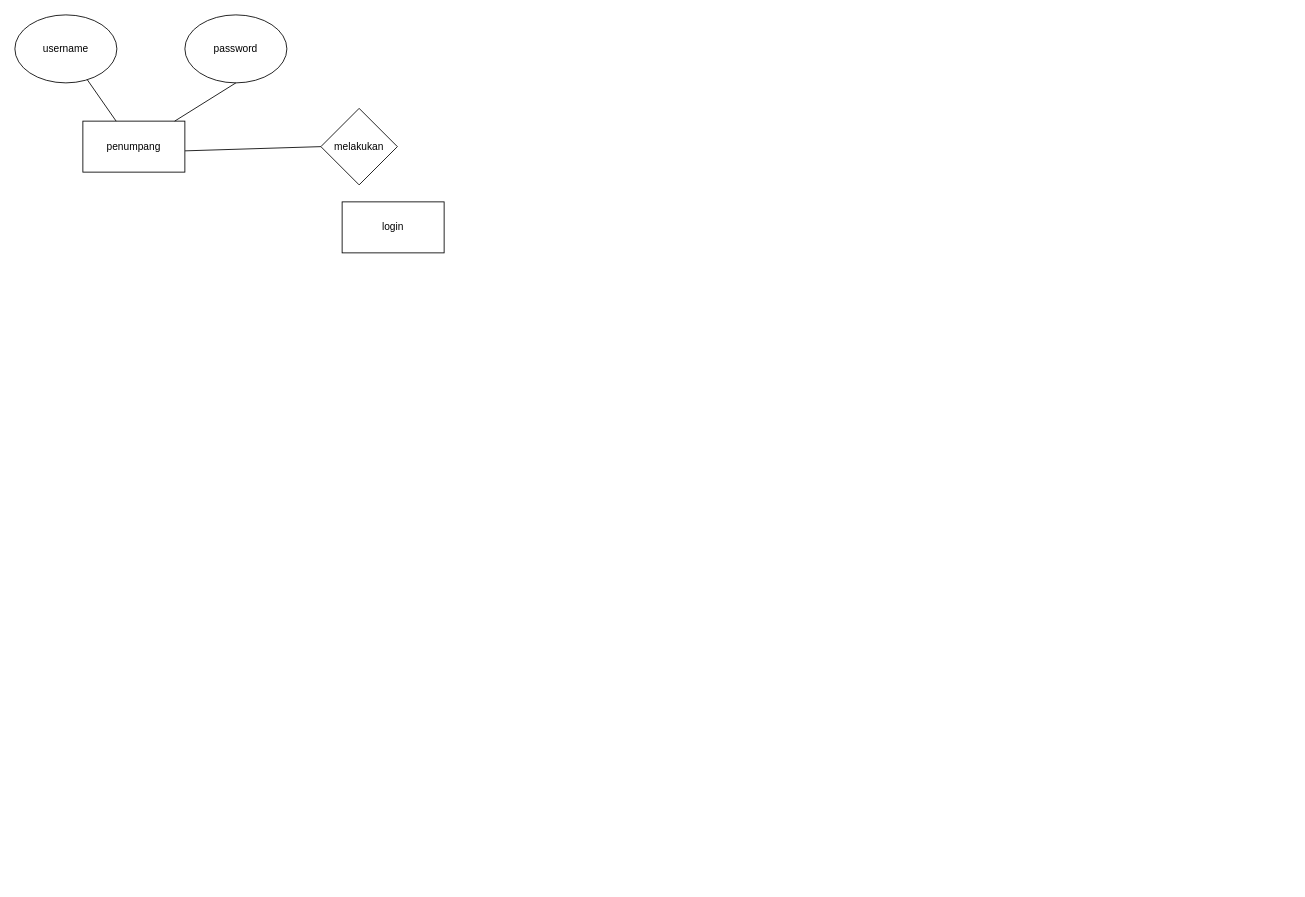
The draw.io diagram Untitled Diagram.drawio in AIDILYOWIE/materi-kelas-11, before the edit. Source tidied: cells renumbered, new cells numbered last; positions are measured from the earlier drawing's top-left corner, leaving out a move shared by most shapes. Both pictures are drawn from the tidied source at 85%, with x=0, y=0 at pixel (14, 14).
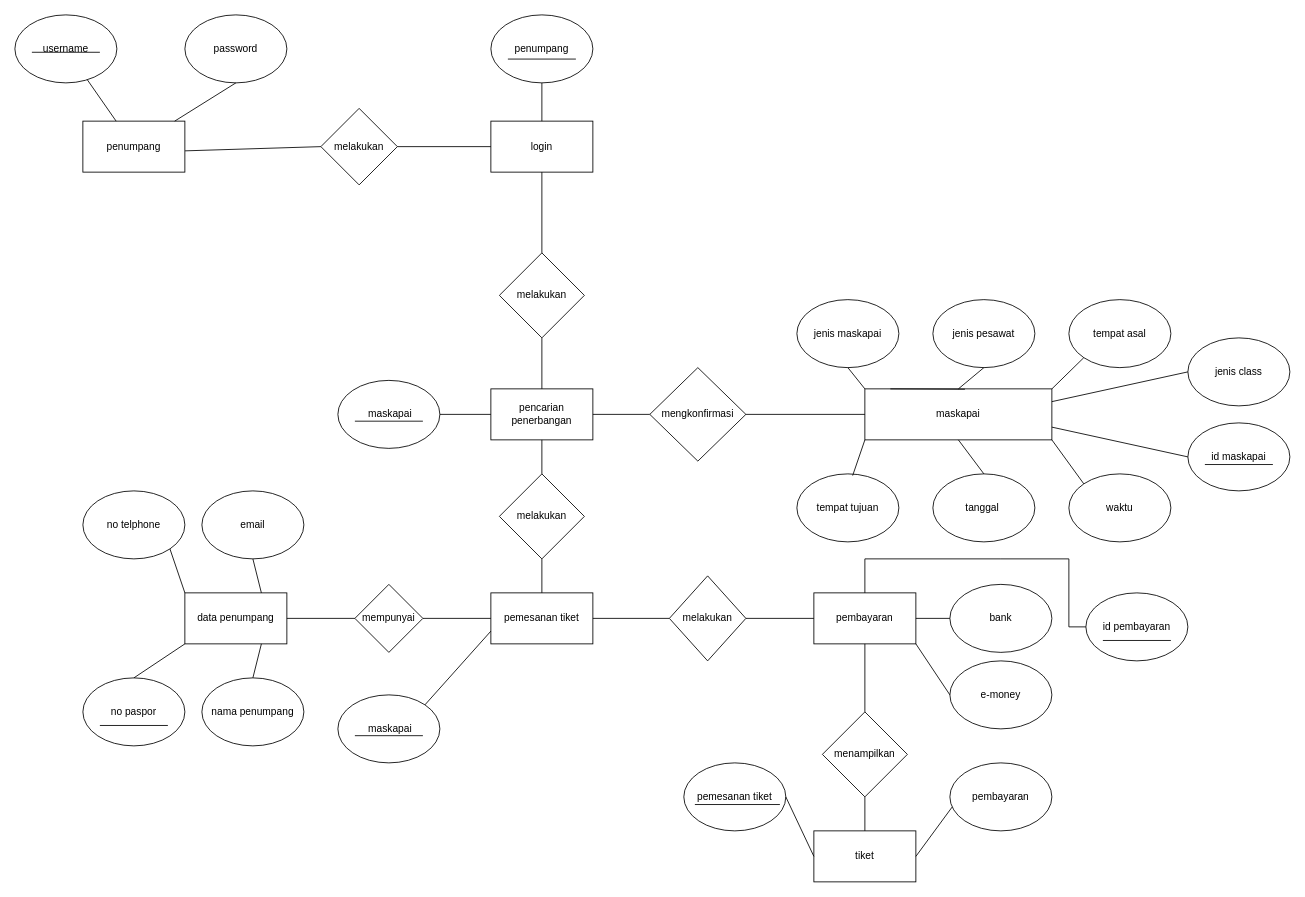
The same diagram, later.

The change refers to these unchanged cells:
```xml
<mxCell id="7" value="melakukan" style="rhombus;whiteSpace=wrap;html=1;" parent="1" vertex="1">
  <mxGeometry x="360" y="110" width="90" height="90" as="geometry" />
</mxCell>
```

Change to the diagram source:
```diff
@@
     <mxCell id="9" value="login" style="rounded=0;whiteSpace=wrap;html=1;" parent="1" vertex="1">
-      <mxGeometry x="385" y="220" width="120" height="60" as="geometry" />
+      <mxGeometry x="560" y="125" width="120" height="60" as="geometry" />
     </mxCell>
+    <mxCell id="10" style="endArrow=none;html=1;rounded=0;exitX=1;exitY=0.5;exitDx=0;exitDy=0;entryX=0;entryY=0.5;entryDx=0;entryDy=0;" parent="1" edge="1" source="7" target="9">
+      <mxGeometry relative="1" as="geometry" />
+    </mxCell>
+    <mxCell id="11" value="penumpang" style="ellipse;whiteSpace=wrap;html=1;" parent="1" vertex="1">
+      <mxGeometry x="560" width="120" height="80" as="geometry" />
+    </mxCell>
+    <mxCell id="12" style="endArrow=none;html=1;rounded=0;exitX=0.5;exitY=0;exitDx=0;exitDy=0;entryX=0.5;entryY=1;entryDx=0;entryDy=0;" parent="1" edge="1" source="9" target="11">
+      <mxGeometry relative="1" as="geometry" />
+    </mxCell>
+    <mxCell id="13" value="melakukan" style="rhombus;whiteSpace=wrap;html=1;direction=south;" parent="1" vertex="1">
+      <mxGeometry x="570" y="280" width="100" height="100" as="geometry" />
+    </mxCell>
+    <mxCell id="14" style="endArrow=none;html=1;rounded=0;entryX=0.5;entryY=1;entryDx=0;entryDy=0;exitX=0;exitY=0.5;exitDx=0;exitDy=0;" parent="1" edge="1" source="13" target="9">
+      <mxGeometry relative="1" as="geometry" />
+    </mxCell>
+    <mxCell id="15" value="pencarian penerbangan" style="rounded=0;whiteSpace=wrap;html=1;" parent="1" vertex="1">
+      <mxGeometry x="560" y="440" width="120" height="60" as="geometry" />
+    </mxCell>
+    <mxCell id="16" value="pemesanan tiket" style="rounded=0;whiteSpace=wrap;html=1;" parent="1" vertex="1">
+      <mxGeometry x="560" y="680" width="120" height="60" as="geometry" />
+    </mxCell>
+    <mxCell id="17" value="pembayaran" style="rounded=0;whiteSpace=wrap;html=1;" parent="1" vertex="1">
+      <mxGeometry x="940" y="680" width="120" height="60" as="geometry" />
+    </mxCell>
+    <mxCell id="18" style="endArrow=none;html=1;rounded=0;entryX=1;entryY=0.5;entryDx=0;entryDy=0;exitX=0.5;exitY=0;exitDx=0;exitDy=0;" parent="1" edge="1" source="15" target="13">
+      <mxGeometry relative="1" as="geometry" />
+    </mxCell>
+    <mxCell id="19" value="&amp;nbsp;maskapai" style="ellipse;whiteSpace=wrap;html=1;" parent="1" vertex="1">
+      <mxGeometry x="380" y="430" width="120" height="80" as="geometry" />
+    </mxCell>
+    <mxCell id="20" style="endArrow=none;html=1;rounded=0;entryX=0;entryY=0.5;entryDx=0;entryDy=0;exitX=1;exitY=0.5;exitDx=0;exitDy=0;" parent="1" edge="1" source="19" target="15">
+      <mxGeometry relative="1" as="geometry" />
+    </mxCell>
+    <mxCell id="21" value="mengkonfirmasi" style="rhombus;whiteSpace=wrap;html=1;" parent="1" vertex="1">
+      <mxGeometry x="747" y="415" width="113" height="110" as="geometry" />
+    </mxCell>
+    <mxCell id="22" style="endArrow=none;html=1;rounded=0;entryX=0;entryY=0.5;entryDx=0;entryDy=0;exitX=1;exitY=0.5;exitDx=0;exitDy=0;" parent="1" edge="1" source="15" target="21">
+      <mxGeometry relative="1" as="geometry" />
+    </mxCell>
+    <mxCell id="23" value="maskapai" style="rounded=0;whiteSpace=wrap;html=1;" parent="1" vertex="1">
+      <mxGeometry x="1000" y="440" width="220" height="60" as="geometry" />
+    </mxCell>
+    <mxCell id="24" style="endArrow=none;html=1;rounded=0;exitX=1;exitY=0.5;exitDx=0;exitDy=0;entryX=0;entryY=0.5;entryDx=0;entryDy=0;" parent="1" edge="1" source="21" target="23">
+      <mxGeometry relative="1" as="geometry" />
+    </mxCell>
+    <mxCell id="25" value="jenis maskapai" style="ellipse;whiteSpace=wrap;html=1;" parent="1" vertex="1">
+      <mxGeometry x="920" y="335" width="120" height="80" as="geometry" />
+    </mxCell>
+    <mxCell id="26" value="jenis pesawat" style="ellipse;whiteSpace=wrap;html=1;" parent="1" vertex="1">
+      <mxGeometry x="1080" y="335" width="120" height="80" as="geometry" />
+    </mxCell>
+    <mxCell id="27" value="tempat asal" style="ellipse;whiteSpace=wrap;html=1;" parent="1" vertex="1">
+      <mxGeometry x="1240" y="335" width="120" height="80" as="geometry" />
+    </mxCell>
+    <mxCell id="28" value="tempat tujuan" style="ellipse;whiteSpace=wrap;html=1;" parent="1" vertex="1">
+      <mxGeometry x="920" y="540" width="120" height="80" as="geometry" />
+    </mxCell>
+    <mxCell id="29" value="tanggal&amp;nbsp;" style="ellipse;whiteSpace=wrap;html=1;" parent="1" vertex="1">
+      <mxGeometry x="1080" y="540" width="120" height="80" as="geometry" />
+    </mxCell>
+    <mxCell id="30" value="waktu" style="ellipse;whiteSpace=wrap;html=1;" parent="1" vertex="1">
+      <mxGeometry x="1240" y="540" width="120" height="80" as="geometry" />
+    </mxCell>
+    <mxCell id="31" value="jenis class" style="ellipse;whiteSpace=wrap;html=1;" parent="1" vertex="1">
+      <mxGeometry x="1380" y="380" width="120" height="80" as="geometry" />
+    </mxCell>
+    <mxCell id="32" style="endArrow=none;html=1;rounded=0;exitX=0.535;exitY=0.007;exitDx=0;exitDy=0;exitPerimeter=0;" parent="1" edge="1" source="23">
+      <mxGeometry relative="1" as="geometry">
+        <mxPoint x="1030" y="440" as="targetPoint" />
+      </mxGeometry>
+    </mxCell>
+    <mxCell id="33" style="endArrow=none;html=1;rounded=0;exitX=0.5;exitY=1;exitDx=0;exitDy=0;entryX=0;entryY=0;entryDx=0;entryDy=0;" parent="1" edge="1" source="25" target="23">
+      <mxGeometry relative="1" as="geometry" />
+    </mxCell>
+    <mxCell id="34" style="endArrow=none;html=1;rounded=0;entryX=0.5;entryY=1;entryDx=0;entryDy=0;exitX=0.5;exitY=0;exitDx=0;exitDy=0;" parent="1" edge="1" source="23" target="26">
+      <mxGeometry relative="1" as="geometry" />
+    </mxCell>
+    <mxCell id="35" style="endArrow=none;html=1;rounded=0;entryX=0;entryY=1;entryDx=0;entryDy=0;exitX=1;exitY=0;exitDx=0;exitDy=0;" parent="1" edge="1" source="23" target="27">
+      <mxGeometry relative="1" as="geometry" />
+    </mxCell>
+    <mxCell id="36" style="endArrow=none;html=1;rounded=0;entryX=0;entryY=0.5;entryDx=0;entryDy=0;exitX=1;exitY=0.25;exitDx=0;exitDy=0;" parent="1" edge="1" source="23" target="31">
+      <mxGeometry relative="1" as="geometry" />
+    </mxCell>
+    <mxCell id="37" style="endArrow=none;html=1;rounded=0;exitX=0.547;exitY=0.025;exitDx=0;exitDy=0;exitPerimeter=0;entryX=0;entryY=1;entryDx=0;entryDy=0;" parent="1" edge="1" source="28" target="23">
+      <mxGeometry relative="1" as="geometry" />
+    </mxCell>
+    <mxCell id="38" style="endArrow=none;html=1;rounded=0;entryX=0.5;entryY=1;entryDx=0;entryDy=0;exitX=0.5;exitY=0;exitDx=0;exitDy=0;" parent="1" edge="1" source="29" target="23">
+      <mxGeometry relative="1" as="geometry" />
+    </mxCell>
+    <mxCell id="39" style="endArrow=none;html=1;rounded=0;entryX=1;entryY=1;entryDx=0;entryDy=0;exitX=0;exitY=0;exitDx=0;exitDy=0;" parent="1" edge="1" source="30" target="23">
+      <mxGeometry relative="1" as="geometry" />
+    </mxCell>
+    <mxCell id="40" value="&amp;nbsp;maskapai" style="ellipse;whiteSpace=wrap;html=1;" parent="1" vertex="1">
+      <mxGeometry x="380" y="800" width="120" height="80" as="geometry" />
+    </mxCell>
+    <mxCell id="41" style="endArrow=none;html=1;rounded=0;entryX=1;entryY=0.5;entryDx=0;entryDy=0;exitX=0;exitY=0.5;exitDx=0;exitDy=0;" parent="1" edge="1" source="16" target="63">
+      <mxGeometry relative="1" as="geometry" />
+    </mxCell>
+    <mxCell id="42" style="endArrow=none;html=1;rounded=0;entryX=1;entryY=0;entryDx=0;entryDy=0;exitX=0;exitY=0.75;exitDx=0;exitDy=0;" parent="1" edge="1" source="16" target="40">
+      <mxGeometry relative="1" as="geometry" />
+    </mxCell>
+    <mxCell id="43" value="melakukan" style="rhombus;whiteSpace=wrap;html=1;" parent="1" vertex="1">
+      <mxGeometry x="570" y="540" width="100" height="100" as="geometry" />
+    </mxCell>
+    <mxCell id="44" style="endArrow=none;html=1;rounded=0;entryX=0.5;entryY=1;entryDx=0;entryDy=0;" parent="1" edge="1" source="43" target="15">
+      <mxGeometry relative="1" as="geometry" />
+    </mxCell>
+    <mxCell id="45" style="endArrow=none;html=1;rounded=0;exitX=0.5;exitY=0;exitDx=0;exitDy=0;entryX=0.5;entryY=1;entryDx=0;entryDy=0;" parent="1" edge="1" source="16" target="43">
+      <mxGeometry relative="1" as="geometry" />
+    </mxCell>
+    <mxCell id="46" style="endArrow=none;html=1;rounded=0;exitX=1;exitY=0.5;exitDx=0;exitDy=0;" parent="1" edge="1" source="16" target="47">
+      <mxGeometry relative="1" as="geometry" />
+    </mxCell>
+    <mxCell id="47" value="melakukan" style="rhombus;whiteSpace=wrap;html=1;" parent="1" vertex="1">
+      <mxGeometry x="770" y="660" width="90" height="100" as="geometry" />
+    </mxCell>
+    <mxCell id="48" style="endArrow=none;html=1;rounded=0;entryX=1;entryY=0.5;entryDx=0;entryDy=0;exitX=0;exitY=0.5;exitDx=0;exitDy=0;" parent="1" edge="1" source="17" target="47">
+      <mxGeometry relative="1" as="geometry" />
+    </mxCell>
+    <mxCell id="49" value="bank" style="ellipse;whiteSpace=wrap;html=1;" parent="1" vertex="1">
+      <mxGeometry x="1100" y="670" width="120" height="80" as="geometry" />
+    </mxCell>
+    <mxCell id="50" value="e-money" style="ellipse;whiteSpace=wrap;html=1;" parent="1" vertex="1">
+      <mxGeometry x="1100" y="760" width="120" height="80" as="geometry" />
+    </mxCell>
+    <mxCell id="51" style="endArrow=none;html=1;rounded=0;entryX=1;entryY=1;entryDx=0;entryDy=0;exitX=0;exitY=0.5;exitDx=0;exitDy=0;" parent="1" edge="1" source="50" target="17">
+      <mxGeometry relative="1" as="geometry" />
+    </mxCell>
+    <mxCell id="52" style="endArrow=none;html=1;rounded=0;entryX=0;entryY=0.5;entryDx=0;entryDy=0;exitX=1;exitY=0.5;exitDx=0;exitDy=0;" parent="1" edge="1" source="17" target="49">
+      <mxGeometry relative="1" as="geometry" />
+    </mxCell>
+    <mxCell id="53" value="menampilkan" style="rhombus;whiteSpace=wrap;html=1;" parent="1" vertex="1">
+      <mxGeometry x="950" y="820" width="100" height="100" as="geometry" />
+    </mxCell>
+    <mxCell id="54" style="endArrow=none;html=1;rounded=0;entryX=0.5;entryY=1;entryDx=0;entryDy=0;exitX=0.5;exitY=0;exitDx=0;exitDy=0;" parent="1" edge="1" source="53" target="17">
+      <mxGeometry relative="1" as="geometry" />
+    </mxCell>
+    <mxCell id="55" value="tiket" style="rounded=0;whiteSpace=wrap;html=1;" parent="1" vertex="1">
+      <mxGeometry x="940" y="960" width="120" height="60" as="geometry" />
+    </mxCell>
+    <mxCell id="56" style="endArrow=none;html=1;rounded=0;entryX=0.5;entryY=1;entryDx=0;entryDy=0;exitX=0.5;exitY=0;exitDx=0;exitDy=0;" parent="1" edge="1" source="55" target="53">
+      <mxGeometry relative="1" as="geometry" />
+    </mxCell>
+    <mxCell id="57" value="pemesanan tiket" style="ellipse;whiteSpace=wrap;html=1;" parent="1" vertex="1">
+      <mxGeometry x="787" y="880" width="120" height="80" as="geometry" />
+    </mxCell>
+    <mxCell id="58" value="pembayaran" style="ellipse;whiteSpace=wrap;html=1;" parent="1" vertex="1">
+      <mxGeometry x="1100" y="880" width="120" height="80" as="geometry" />
+    </mxCell>
+    <mxCell id="59" style="endArrow=none;html=1;rounded=0;entryX=1;entryY=0.5;entryDx=0;entryDy=0;exitX=0;exitY=0.5;exitDx=0;exitDy=0;" parent="1" edge="1" source="55" target="57">
+      <mxGeometry relative="1" as="geometry" />
+    </mxCell>
+    <mxCell id="60" style="endArrow=none;html=1;rounded=0;entryX=0.022;entryY=0.65;entryDx=0;entryDy=0;exitX=1;exitY=0.5;exitDx=0;exitDy=0;entryPerimeter=0;" parent="1" edge="1" source="55" target="58">
+      <mxGeometry relative="1" as="geometry" />
+    </mxCell>
+    <mxCell id="61" style="line;strokeWidth=1;fillColor=none;align=left;verticalAlign=middle;spacingTop=-1;spacingLeft=3;spacingRight=3;labelPosition=right;strokeColor=inherit;" parent="1" vertex="1">
+      <mxGeometry x="20" y="40" width="80" height="8" as="geometry" />
+    </mxCell>
+    <mxCell id="62" value="data penumpang" style="rounded=0;whiteSpace=wrap;html=1;" parent="1" vertex="1">
+      <mxGeometry x="200" y="680" width="120" height="60" as="geometry" />
+    </mxCell>
+    <mxCell id="63" value="mempunyai" style="rhombus;whiteSpace=wrap;html=1;" parent="1" vertex="1">
+      <mxGeometry x="400" y="670" width="80" height="80" as="geometry" />
+    </mxCell>
+    <mxCell id="64" style="endArrow=none;html=1;rounded=0;exitX=1;exitY=0.5;exitDx=0;exitDy=0;entryX=0;entryY=0.5;entryDx=0;entryDy=0;" parent="1" edge="1" source="62" target="63">
+      <mxGeometry relative="1" as="geometry" />
+    </mxCell>
+    <mxCell id="65" value="nama penumpang" style="ellipse;whiteSpace=wrap;html=1;" parent="1" vertex="1">
+      <mxGeometry x="220" y="780" width="120" height="80" as="geometry" />
+    </mxCell>
+    <mxCell id="66" value="no paspor" style="ellipse;whiteSpace=wrap;html=1;" parent="1" vertex="1">
+      <mxGeometry x="80" y="780" width="120" height="80" as="geometry" />
+    </mxCell>
+    <mxCell id="67" value="no telphone" style="ellipse;whiteSpace=wrap;html=1;" parent="1" vertex="1">
+      <mxGeometry x="80" y="560" width="120" height="80" as="geometry" />
+    </mxCell>
+    <mxCell id="68" value="email" style="ellipse;whiteSpace=wrap;html=1;" parent="1" vertex="1">
+      <mxGeometry x="220" y="560" width="120" height="80" as="geometry" />
+    </mxCell>
+    <mxCell id="69" style="endArrow=none;html=1;rounded=0;exitX=0.75;exitY=0;exitDx=0;exitDy=0;entryX=0.5;entryY=1;entryDx=0;entryDy=0;" parent="1" edge="1" source="62" target="68">
+      <mxGeometry relative="1" as="geometry" />
+    </mxCell>
+    <mxCell id="70" style="endArrow=none;html=1;rounded=0;entryX=1;entryY=1;entryDx=0;entryDy=0;exitX=0;exitY=0;exitDx=0;exitDy=0;" parent="1" edge="1" source="62" target="67">
+      <mxGeometry relative="1" as="geometry" />
+    </mxCell>
+    <mxCell id="71" style="endArrow=none;html=1;rounded=0;exitX=0.5;exitY=0;exitDx=0;exitDy=0;entryX=0;entryY=1;entryDx=0;entryDy=0;" parent="1" edge="1" source="66" target="62">
+      <mxGeometry relative="1" as="geometry" />
+    </mxCell>
+    <mxCell id="72" style="endArrow=none;html=1;rounded=0;exitX=0.5;exitY=0;exitDx=0;exitDy=0;entryX=0.75;entryY=1;entryDx=0;entryDy=0;" parent="1" edge="1" source="65" target="62">
+      <mxGeometry relative="1" as="geometry" />
+    </mxCell>
+    <mxCell id="73" style="line;strokeWidth=1;fillColor=none;align=left;verticalAlign=middle;spacingTop=-1;spacingLeft=3;spacingRight=3;labelPosition=right;strokeColor=inherit;" parent="1" vertex="1">
+      <mxGeometry x="580" y="48" width="80" height="8" as="geometry" />
+    </mxCell>
+    <mxCell id="74" style="line;strokeWidth=1;fillColor=none;align=left;verticalAlign=middle;spacingTop=-1;spacingLeft=3;spacingRight=3;labelPosition=right;strokeColor=inherit;" parent="1" vertex="1">
+      <mxGeometry x="1400" y="532" width="80" height="8" as="geometry" />
+    </mxCell>
+    <mxCell id="75" value="id maskapai" style="ellipse;whiteSpace=wrap;html=1;" parent="1" vertex="1">
+      <mxGeometry x="1380" y="480" width="120" height="80" as="geometry" />
+    </mxCell>
+    <mxCell id="76" style="endArrow=none;html=1;rounded=0;entryX=1;entryY=0.75;entryDx=0;entryDy=0;exitX=0;exitY=0.5;exitDx=0;exitDy=0;" parent="1" edge="1" source="75" target="23">
+      <mxGeometry relative="1" as="geometry" />
+    </mxCell>
+    <mxCell id="77" style="line;strokeWidth=1;fillColor=none;align=left;verticalAlign=middle;spacingTop=-1;spacingLeft=3;spacingRight=3;labelPosition=right;strokeColor=inherit;" parent="1" vertex="1">
+      <mxGeometry x="1400" y="525" width="80" height="8" as="geometry" />
+    </mxCell>
+    <mxCell id="78" value="id pembayaran" style="ellipse;whiteSpace=wrap;html=1;" parent="1" vertex="1">
+      <mxGeometry x="1260" y="680" width="120" height="80" as="geometry" />
+    </mxCell>
+    <mxCell id="79" style="line;strokeWidth=1;fillColor=none;align=left;verticalAlign=middle;spacingTop=-1;spacingLeft=3;spacingRight=3;labelPosition=right;strokeColor=inherit;" parent="1" vertex="1">
+      <mxGeometry x="1280" y="732" width="80" height="8" as="geometry" />
+    </mxCell>
+    <mxCell id="80" style="endArrow=none;html=1;rounded=0;entryX=0;entryY=0.5;entryDx=0;entryDy=0;exitX=0.5;exitY=0;exitDx=0;exitDy=0;" parent="1" edge="1" source="17" target="78">
+      <mxGeometry relative="1" as="geometry">
+        <Array as="points">
+          <mxPoint x="1000" y="640" />
+          <mxPoint x="1160" y="640" />
+          <mxPoint x="1240" y="640" />
+          <mxPoint x="1240" y="720" />
+        </Array>
+      </mxGeometry>
+    </mxCell>
+    <mxCell id="81" style="line;strokeWidth=1;fillColor=none;align=left;verticalAlign=middle;spacingTop=-1;spacingLeft=3;spacingRight=3;labelPosition=right;strokeColor=inherit;" parent="1" vertex="1">
+      <mxGeometry x="100" y="832" width="80" height="8" as="geometry" />
+    </mxCell>
+    <mxCell id="82" style="line;strokeWidth=1;fillColor=none;align=left;verticalAlign=middle;spacingTop=-1;spacingLeft=3;spacingRight=3;labelPosition=right;strokeColor=inherit;" parent="1" vertex="1">
+      <mxGeometry x="800" y="925" width="100" height="8" as="geometry" />
+    </mxCell>
+    <mxCell id="83" style="line;strokeWidth=1;fillColor=none;align=left;verticalAlign=middle;spacingTop=-1;spacingLeft=3;spacingRight=3;labelPosition=right;strokeColor=inherit;" parent="1" vertex="1">
+      <mxGeometry x="400" y="474" width="80" height="8" as="geometry" />
+    </mxCell>
+    <mxCell id="84" style="line;strokeWidth=1;fillColor=none;align=left;verticalAlign=middle;spacingTop=-1;spacingLeft=3;spacingRight=3;labelPosition=right;strokeColor=inherit;" parent="1" vertex="1">
+      <mxGeometry x="400" y="844" width="80" height="8" as="geometry" />
+    </mxCell>
```
